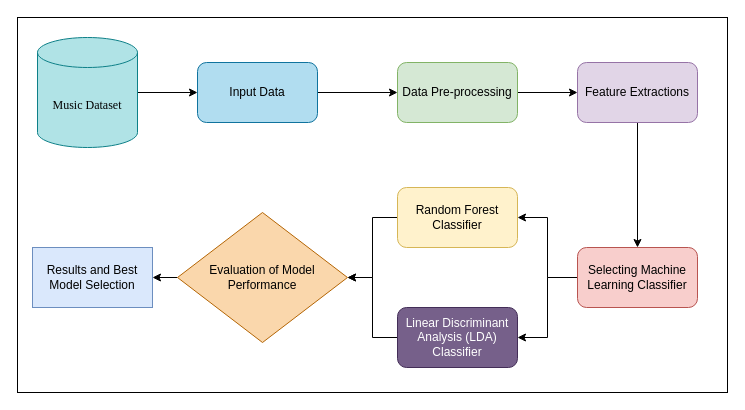
Earlier version of the draw.io diagram Poster Block Diagram.drawio (sohagkumarsaha/draw.io-public). Source tidied: cells renumbered, new cells numbered last; positions are measured from the earlier drawing's top-left corner, leaving out a move shared by most shapes. Both pictures are drawn from the tidied source at 100%, with x=0, y=0 at pixel (17, 17).
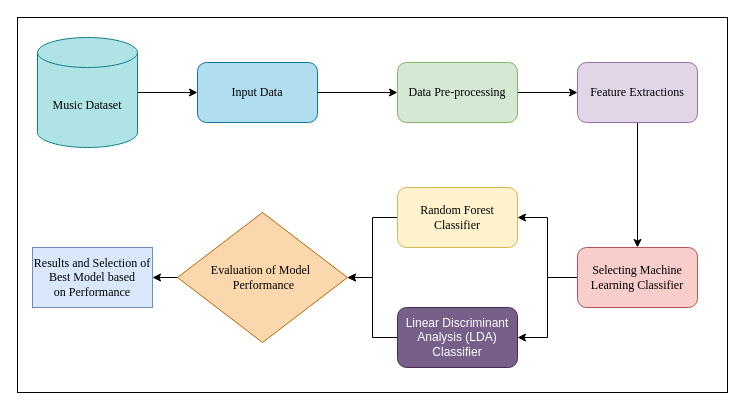
After the change.

The edit, as a diff of the source:
```diff
@@
-    <mxCell id="2" style="rounded=0;whiteSpace=wrap;html=1;" parent="1" vertex="1">
+    <mxCell id="2" style="rounded=0;whiteSpace=wrap;html=1;labelBorderColor=#00CCCC;fontColor=#00CCCC;" parent="1" vertex="1">
       <mxGeometry width="710" height="375" as="geometry" />
     </mxCell>
@@
-    <mxCell id="6" value="Input Data" style="rounded=1;whiteSpace=wrap;html=1;fillColor=#b1ddf0;strokeColor=#10739e;" parent="1" vertex="1">
+    <mxCell id="6" value="&lt;font face=&quot;Times New Roman&quot;&gt;Input Data&lt;/font&gt;" style="rounded=1;whiteSpace=wrap;html=1;fillColor=#b1ddf0;strokeColor=#10739e;" parent="1" vertex="1">
       <mxGeometry x="180" y="45" width="120" height="60" as="geometry" />
     </mxCell>
@@
-    <mxCell id="8" value="Data Pre-processing" style="rounded=1;whiteSpace=wrap;html=1;fillColor=#d5e8d4;strokeColor=#82b366;" parent="1" vertex="1">
+    <mxCell id="8" value="&lt;font face=&quot;Times New Roman&quot;&gt;Data Pre-processing&lt;/font&gt;" style="rounded=1;whiteSpace=wrap;html=1;fillColor=#d5e8d4;strokeColor=#82b366;" parent="1" vertex="1">
       <mxGeometry x="380" y="45" width="120" height="60" as="geometry" />
     </mxCell>
@@
-    <mxCell id="10" value="Feature Extractions" style="rounded=1;whiteSpace=wrap;html=1;fillColor=#e1d5e7;strokeColor=#9673a6;" parent="1" vertex="1">
+    <mxCell id="10" value="&lt;font face=&quot;Times New Roman&quot;&gt;Feature Extractions&lt;/font&gt;" style="rounded=1;whiteSpace=wrap;html=1;fillColor=#e1d5e7;strokeColor=#9673a6;" parent="1" vertex="1">
       <mxGeometry x="560" y="45" width="120" height="60" as="geometry" />
     </mxCell>
@@
-    <mxCell id="13" value="Selecting Machine Learning Classifier" style="rounded=1;whiteSpace=wrap;html=1;fillColor=#f8cecc;strokeColor=#b85450;" parent="1" vertex="1">
+    <mxCell id="13" value="&lt;font face=&quot;Times New Roman&quot;&gt;Selecting Machine Learning Classifier&lt;/font&gt;" style="rounded=1;whiteSpace=wrap;html=1;fillColor=#f8cecc;strokeColor=#b85450;" parent="1" vertex="1">
       <mxGeometry x="560" y="230" width="120" height="60" as="geometry" />
     </mxCell>
@@
-    <mxCell id="15" value="Random Forest Classifier" style="rounded=1;whiteSpace=wrap;html=1;fillColor=#fff2cc;strokeColor=#d6b656;" parent="1" vertex="1">
+    <mxCell id="15" value="&lt;font face=&quot;Times New Roman&quot;&gt;Random Forest Classifier&lt;/font&gt;" style="rounded=1;whiteSpace=wrap;html=1;fillColor=#fff2cc;strokeColor=#d6b656;" parent="1" vertex="1">
       <mxGeometry x="380" y="170" width="120" height="60" as="geometry" />
     </mxCell>
@@
-    <mxCell id="18" value="Results and Best Model Selection" style="rounded=0;whiteSpace=wrap;html=1;fillColor=#dae8fc;strokeColor=#6c8ebf;" parent="1" vertex="1">
+    <mxCell id="18" value="&lt;font face=&quot;Times New Roman&quot;&gt;Results and Selection of Best Model based on&amp;nbsp;Performance&lt;/font&gt;" style="rounded=0;whiteSpace=wrap;html=1;fillColor=#dae8fc;strokeColor=#6c8ebf;" parent="1" vertex="1">
       <mxGeometry x="15" y="230" width="120" height="60" as="geometry" />
     </mxCell>
@@
-    <mxCell id="20" value="Evaluation of Model Performance" style="rhombus;whiteSpace=wrap;html=1;fillColor=#fad7ac;strokeColor=#b46504;" parent="1" vertex="1">
+    <mxCell id="20" value="&lt;font face=&quot;Times New Roman&quot;&gt;Evaluation of Model&amp;nbsp; &amp;nbsp;Performance&lt;/font&gt;" style="rhombus;whiteSpace=wrap;html=1;fillColor=#fad7ac;strokeColor=#b46504;" parent="1" vertex="1">
       <mxGeometry x="160" y="195" width="170" height="130" as="geometry" />
     </mxCell>
```
